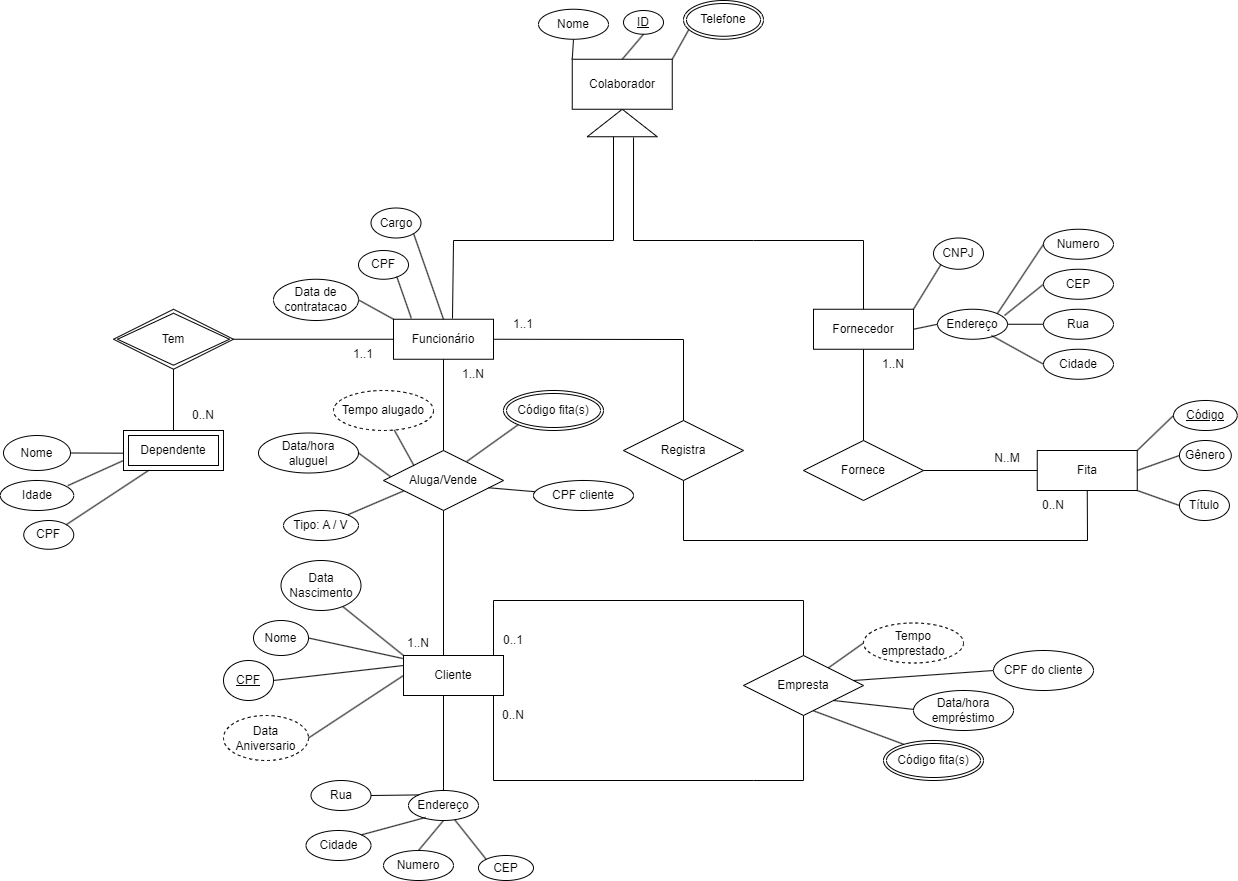
Earlier version of the draw.io export Database Diagram.drawio.png (ivanalves-t/DataBaseMER). Source tidied: cells renumbered, new cells last; positions are measured from the earlier drawing's top-left corner, leaving out a move shared by most shapes.
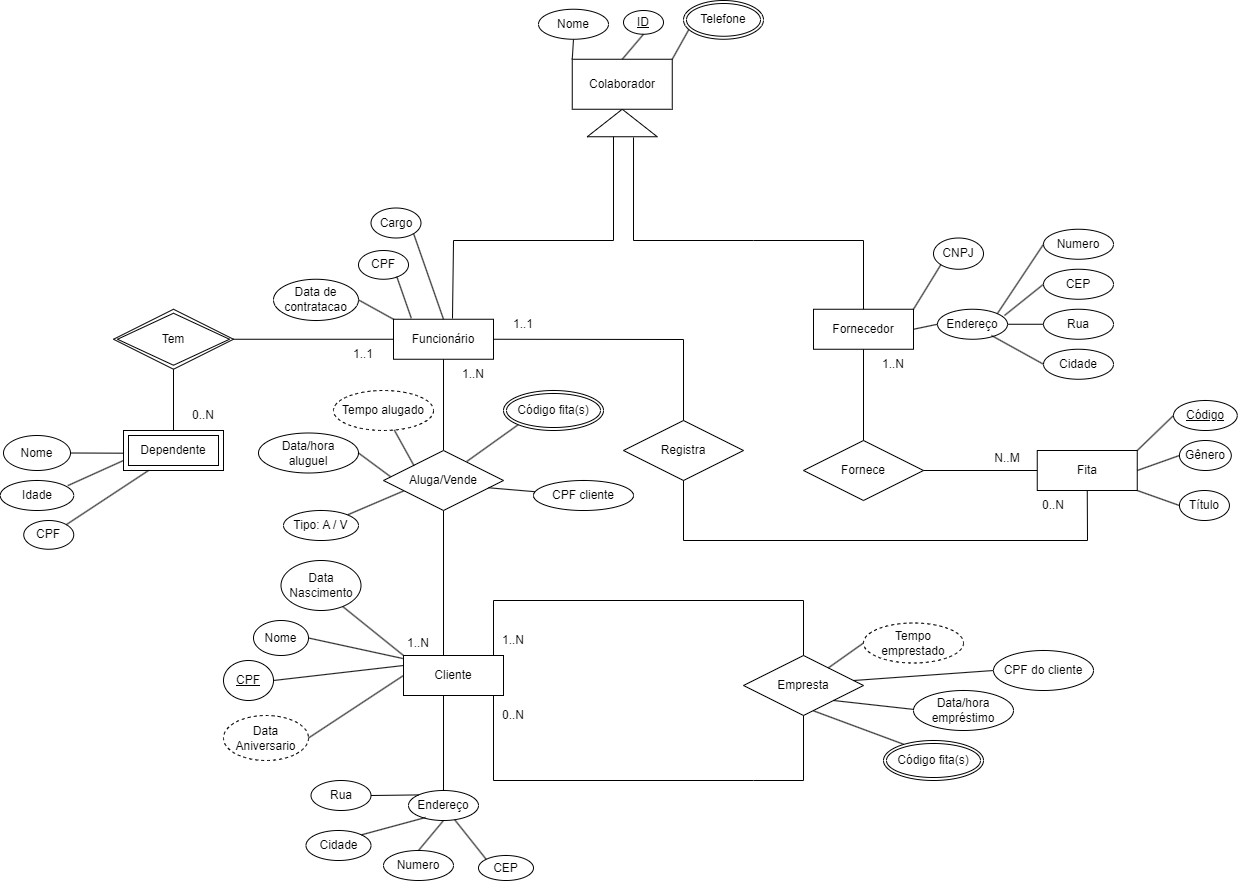
Above is the later version.

Commit message:
CARDINALIDADE02 - Leonardo

Change to the diagram source:
```diff
@@ -353,7 +353,7 @@
     <mxCell id="106" value="0..N" style="text;html=1;align=center;verticalAlign=middle;whiteSpace=wrap;rounded=0;" parent="1" vertex="1">
       <mxGeometry x="483" y="700" width="60" height="30" as="geometry" />
     </mxCell>
-    <mxCell id="107" value="0..1" style="text;html=1;align=center;verticalAlign=middle;whiteSpace=wrap;rounded=0;" parent="1" vertex="1">
+    <mxCell id="107" value="1..N" style="text;html=1;align=center;verticalAlign=middle;whiteSpace=wrap;rounded=0;" parent="1" vertex="1">
       <mxGeometry x="483" y="625" width="60" height="30" as="geometry" />
     </mxCell>
   </root>
```
